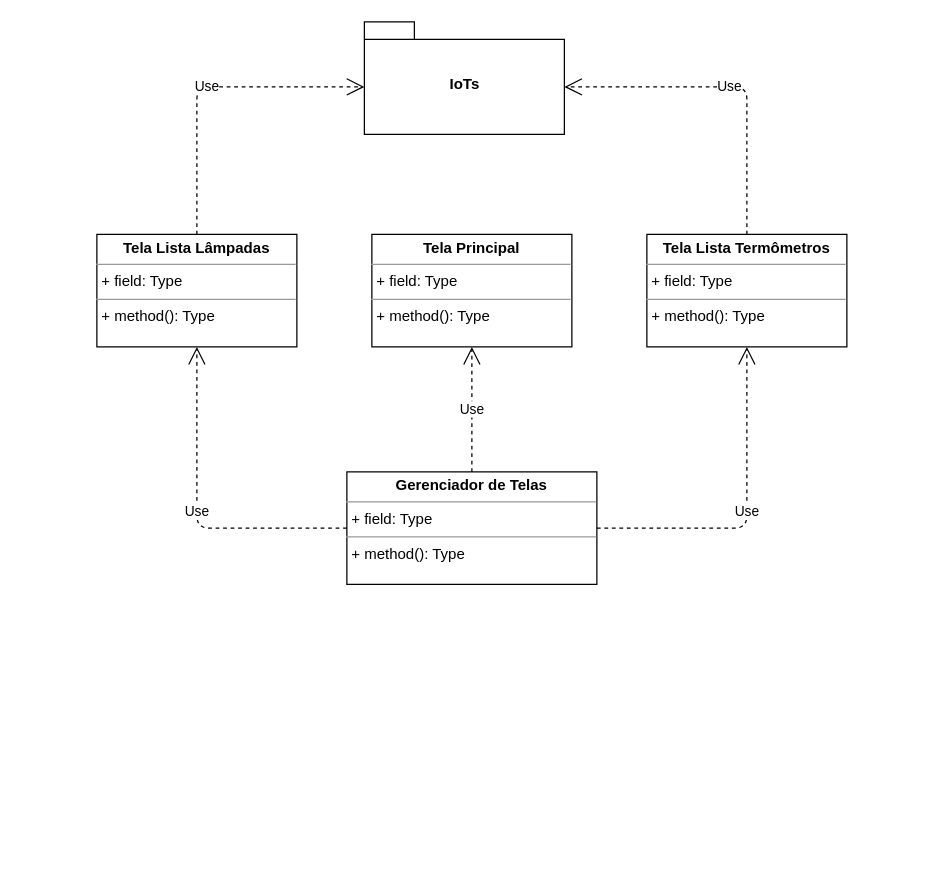
CleberPresidente100/Gerenciador_IoTs keeps this draw.io diagram as page "Telas Package" (4 of 5) of Documents/Gerenciador_IoTs.drawio. Above is the earlier version. Source tidied: cells renumbered, new cells numbered last; positions are measured from the earlier drawing's top-left corner, leaving out a move shared by most shapes. Both pictures are drawn from the tidied source at 125%, with x=0, y=0 at pixel (96, 21).
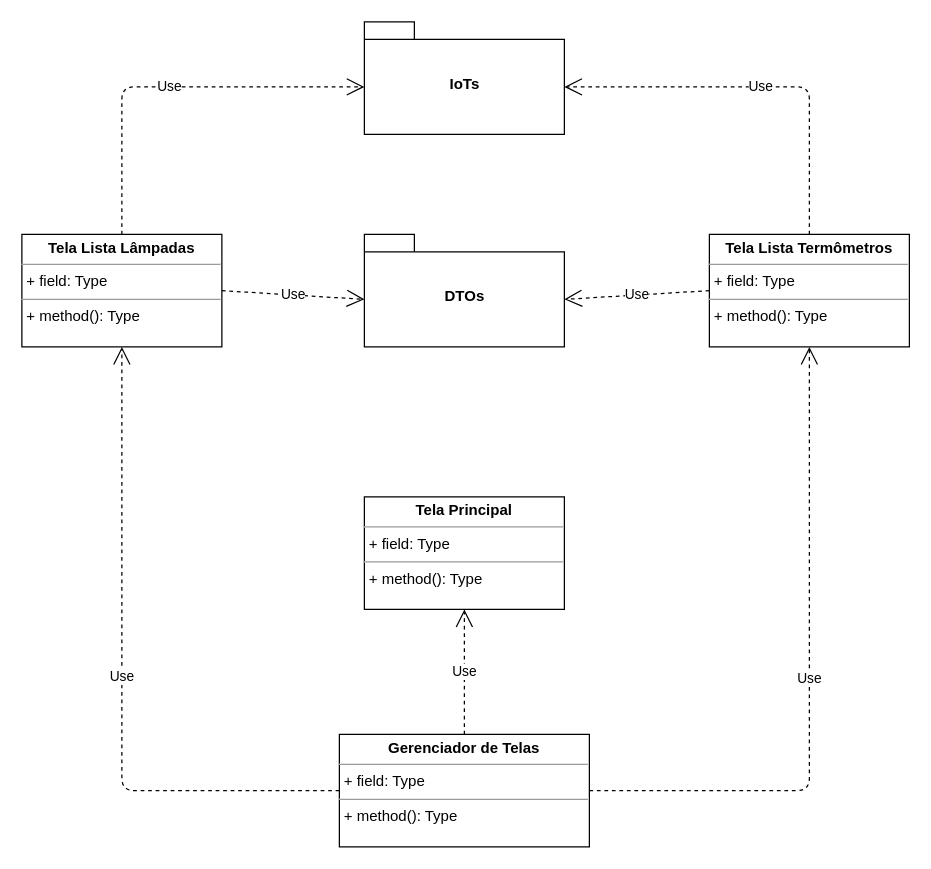
The same diagram, later.

Unchanged cells that the change refers to:
```xml
<mxCell id="9" value="IoTs" style="shape=folder;fontStyle=1;spacingTop=10;tabWidth=40;tabHeight=14;tabPosition=left;html=1;" parent="1" vertex="1">
  <mxGeometry x="214" width="160" height="90" as="geometry" />
</mxCell>
```

Diff of the diagram source:
```diff
@@
     <mxCell id="2" value="&lt;p style=&quot;margin: 0px ; margin-top: 4px ; text-align: center&quot;&gt;&lt;b&gt;Tela Lista Termômetros&lt;/b&gt;&lt;/p&gt;&lt;hr size=&quot;1&quot;&gt;&lt;p style=&quot;margin: 0px ; margin-left: 4px&quot;&gt;+ field: Type&lt;/p&gt;&lt;hr size=&quot;1&quot;&gt;&lt;p style=&quot;margin: 0px ; margin-left: 4px&quot;&gt;+ method(): Type&lt;/p&gt;" style="verticalAlign=top;align=left;overflow=fill;fontSize=12;fontFamily=Helvetica;html=1;" parent="1" vertex="1">
-      <mxGeometry x="440" y="170" width="160" height="90" as="geometry" />
+      <mxGeometry x="490" y="170" width="160" height="90" as="geometry" />
     </mxCell>
     <mxCell id="3" value="Use" style="endArrow=open;endSize=12;dashed=1;html=1;exitX=0.5;exitY=0;exitDx=0;exitDy=0;entryX=0;entryY=0;entryDx=160;entryDy=52;entryPerimeter=0;" parent="1" edge="1" source="2" target="9">
       <mxGeometry relative="1" as="geometry">
         <Array as="points">
-          <mxPoint x="520" y="52" />
+          <mxPoint x="570" y="52" />
         </Array>
       </mxGeometry>
     </mxCell>
     <mxCell id="4" value="Use" style="endArrow=open;endSize=12;dashed=1;html=1;exitX=0.5;exitY=0;exitDx=0;exitDy=0;entryX=0;entryY=0;entryDx=0;entryDy=52;entryPerimeter=0;" parent="1" edge="1" source="8" target="9">
       <mxGeometry relative="1" as="geometry">
         <Array as="points">
-          <mxPoint x="80" y="52" />
+          <mxPoint x="20" y="52" />
         </Array>
       </mxGeometry>
     </mxCell>
     <mxCell id="5" value="&lt;p style=&quot;margin: 0px ; margin-top: 4px ; text-align: center&quot;&gt;&lt;b&gt;Gerenciador de Telas&lt;/b&gt;&lt;br&gt;&lt;/p&gt;&lt;hr size=&quot;1&quot;&gt;&lt;p style=&quot;margin: 0px ; margin-left: 4px&quot;&gt;+ field: Type&lt;/p&gt;&lt;hr size=&quot;1&quot;&gt;&lt;p style=&quot;margin: 0px ; margin-left: 4px&quot;&gt;+ method(): Type&lt;/p&gt;" style="verticalAlign=top;align=left;overflow=fill;fontSize=12;fontFamily=Helvetica;html=1;" parent="1" vertex="1">
-      <mxGeometry x="200" y="360" width="200" height="90" as="geometry" />
+      <mxGeometry x="194" y="570" width="200" height="90" as="geometry" />
     </mxCell>
     <mxCell id="6" value="Use" style="endArrow=open;endSize=12;dashed=1;html=1;exitX=0;exitY=0.5;exitDx=0;exitDy=0;entryX=0.5;entryY=1;entryDx=0;entryDy=0;" parent="1" edge="1" source="5" target="8">
       <mxGeometry relative="1" as="geometry">
         <Array as="points">
-          <mxPoint x="80" y="405" />
+          <mxPoint x="20" y="615" />
         </Array>
       </mxGeometry>
     </mxCell>
     <mxCell id="7" value="Use" style="endArrow=open;endSize=12;dashed=1;html=1;exitX=1;exitY=0.5;exitDx=0;exitDy=0;entryX=0.5;entryY=1;entryDx=0;entryDy=0;" parent="1" edge="1" source="5" target="2">
       <mxGeometry relative="1" as="geometry">
         <Array as="points">
-          <mxPoint x="520" y="405" />
+          <mxPoint x="570" y="615" />
         </Array>
       </mxGeometry>
     </mxCell>
     <mxCell id="8" value="&lt;p style=&quot;margin: 0px ; margin-top: 4px ; text-align: center&quot;&gt;&lt;b&gt;Tela Lista Lâmpadas&lt;/b&gt;&lt;/p&gt;&lt;hr size=&quot;1&quot;&gt;&lt;p style=&quot;margin: 0px ; margin-left: 4px&quot;&gt;+ field: Type&lt;/p&gt;&lt;hr size=&quot;1&quot;&gt;&lt;p style=&quot;margin: 0px ; margin-left: 4px&quot;&gt;+ method(): Type&lt;/p&gt;" style="verticalAlign=top;align=left;overflow=fill;fontSize=12;fontFamily=Helvetica;html=1;" parent="1" vertex="1">
-      <mxGeometry y="170" width="160" height="90" as="geometry" />
+      <mxGeometry x="-60" y="170" width="160" height="90" as="geometry" />
     </mxCell>
@@
     <mxCell id="10" value="&lt;p style=&quot;margin: 0px ; margin-top: 4px ; text-align: center&quot;&gt;&lt;b&gt;Tela Principal&lt;/b&gt;&lt;/p&gt;&lt;hr size=&quot;1&quot;&gt;&lt;p style=&quot;margin: 0px ; margin-left: 4px&quot;&gt;+ field: Type&lt;/p&gt;&lt;hr size=&quot;1&quot;&gt;&lt;p style=&quot;margin: 0px ; margin-left: 4px&quot;&gt;+ method(): Type&lt;/p&gt;" style="verticalAlign=top;align=left;overflow=fill;fontSize=12;fontFamily=Helvetica;html=1;" parent="1" vertex="1">
-      <mxGeometry x="220" y="170" width="160" height="90" as="geometry" />
+      <mxGeometry x="214" y="380" width="160" height="90" as="geometry" />
     </mxCell>
@@
+    <mxCell id="12" value="DTOs" style="shape=folder;fontStyle=1;spacingTop=10;tabWidth=40;tabHeight=14;tabPosition=left;html=1;" parent="1" vertex="1">
+      <mxGeometry x="214" y="170" width="160" height="90" as="geometry" />
+    </mxCell>
+    <mxCell id="13" value="Use" style="endArrow=open;endSize=12;dashed=1;html=1;exitX=0;exitY=0.5;exitDx=0;exitDy=0;entryX=0;entryY=0;entryDx=160;entryDy=52;entryPerimeter=0;" parent="1" edge="1" source="2" target="12">
+      <mxGeometry relative="1" as="geometry" />
+    </mxCell>
+    <mxCell id="14" value="Use" style="endArrow=open;endSize=12;dashed=1;html=1;exitX=1;exitY=0.5;exitDx=0;exitDy=0;entryX=0;entryY=0;entryDx=0;entryDy=52;entryPerimeter=0;" parent="1" edge="1" source="8" target="12">
+      <mxGeometry relative="1" as="geometry" />
+    </mxCell>
```
